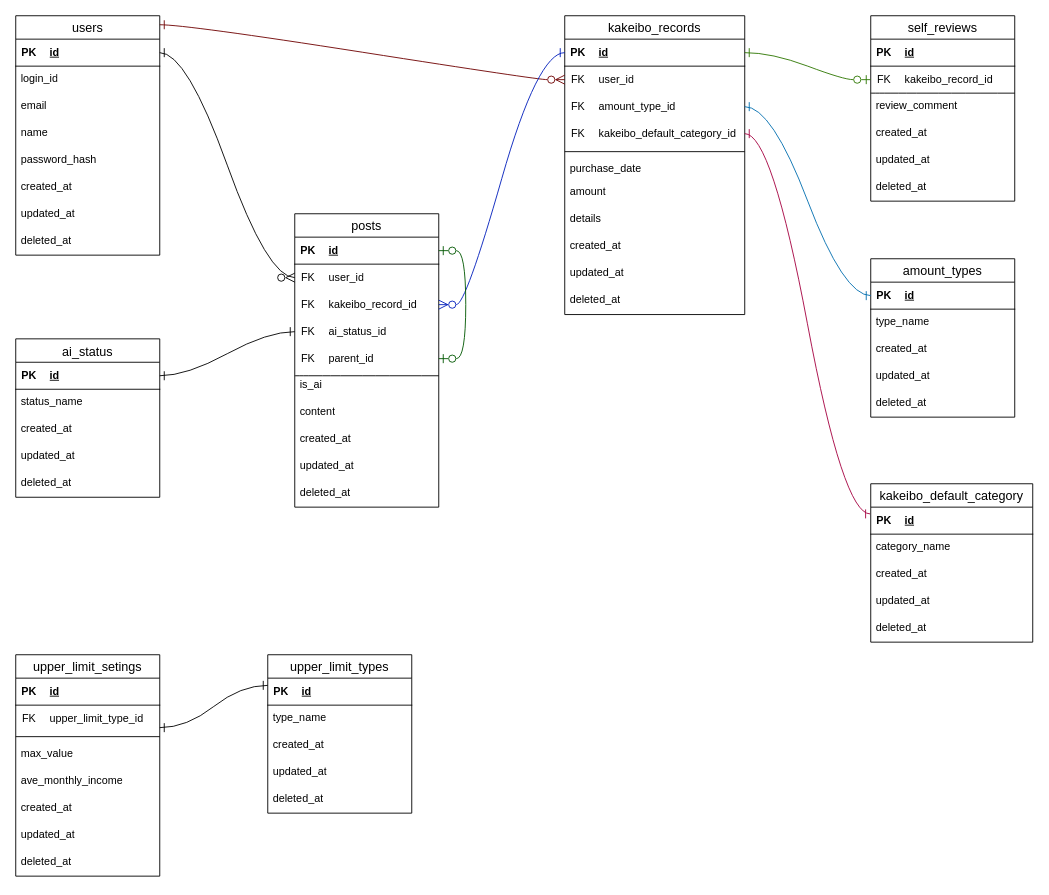
Above: docs/DB設計/ER図resmane.drawio in space-musicacct/resmane (draw.io), before the change. Source tidied: cells renumbered, new cells numbered last; positions are measured from the earlier drawing's top-left corner, leaving out a move shared by most shapes. Both pictures are drawn from the tidied source at 90%, with x=0, y=0 at pixel (15, 15).
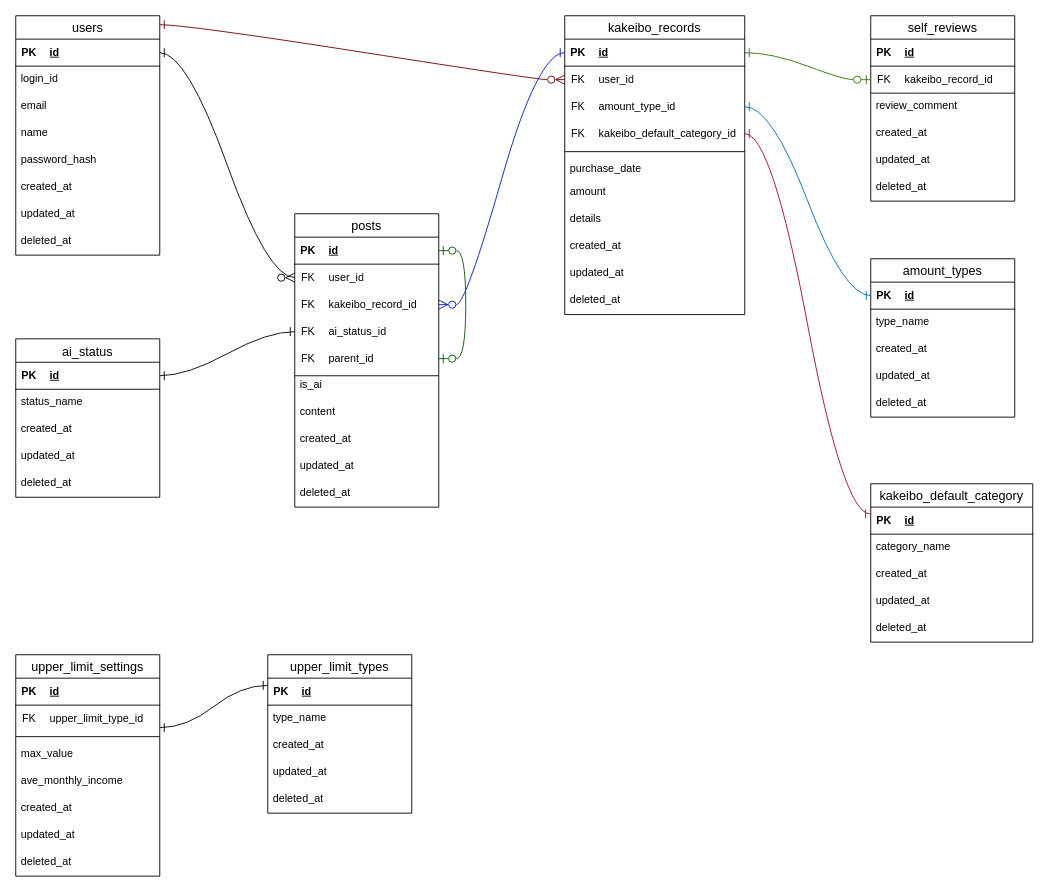
The same diagram, later.

Commit message (it also covers changes not shown here):
レビュー指摘を反映: ER図upper_limit_setingsのtypo修正、content省略時のレスポンス定義追加

The edit, as a diff of the source:
```diff
@@
-    <mxCell id="55" value="upper_limit_setings" style="swimlane;fontStyle=0;horizontal=1;startSize=26;align=center;fontSize=14;" parent="1" vertex="1">
+    <mxCell id="55" value="upper_limit_settings" style="swimlane;fontStyle=0;horizontal=1;startSize=26;align=center;fontSize=14;" parent="1" vertex="1">
       <mxGeometry y="710" width="160" height="246" as="geometry" />
     </mxCell>
```
